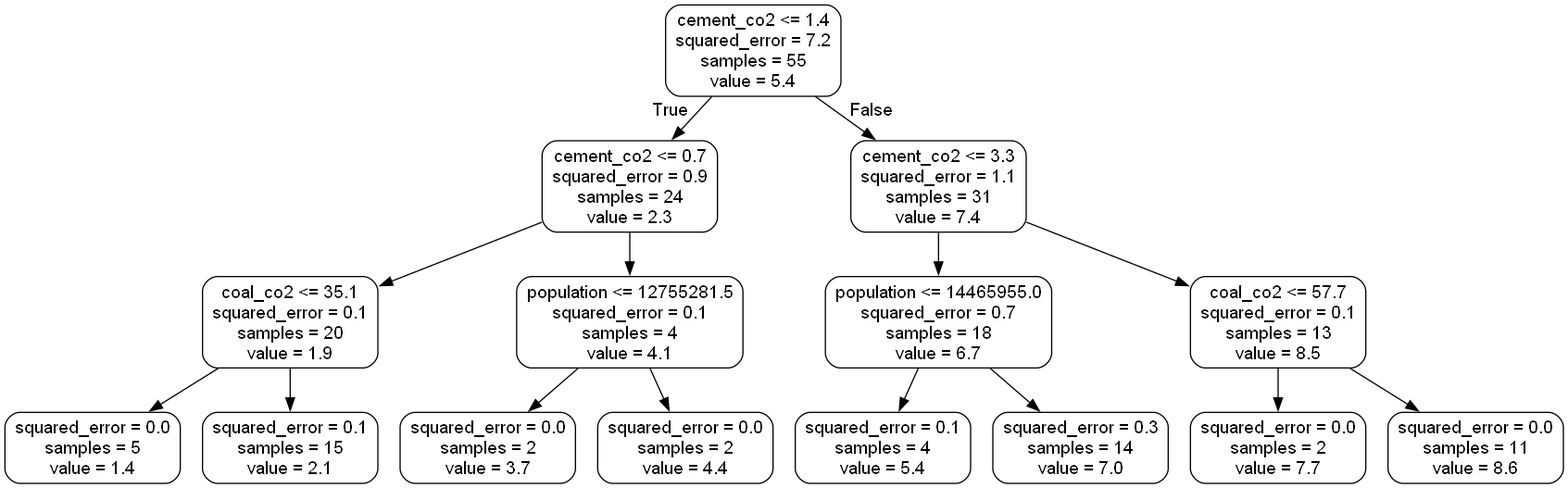
Above: small_tree.png in L-dos-Santos/final-project (Graphviz), before the change. Its source is kept beside it as small_tree.dot.
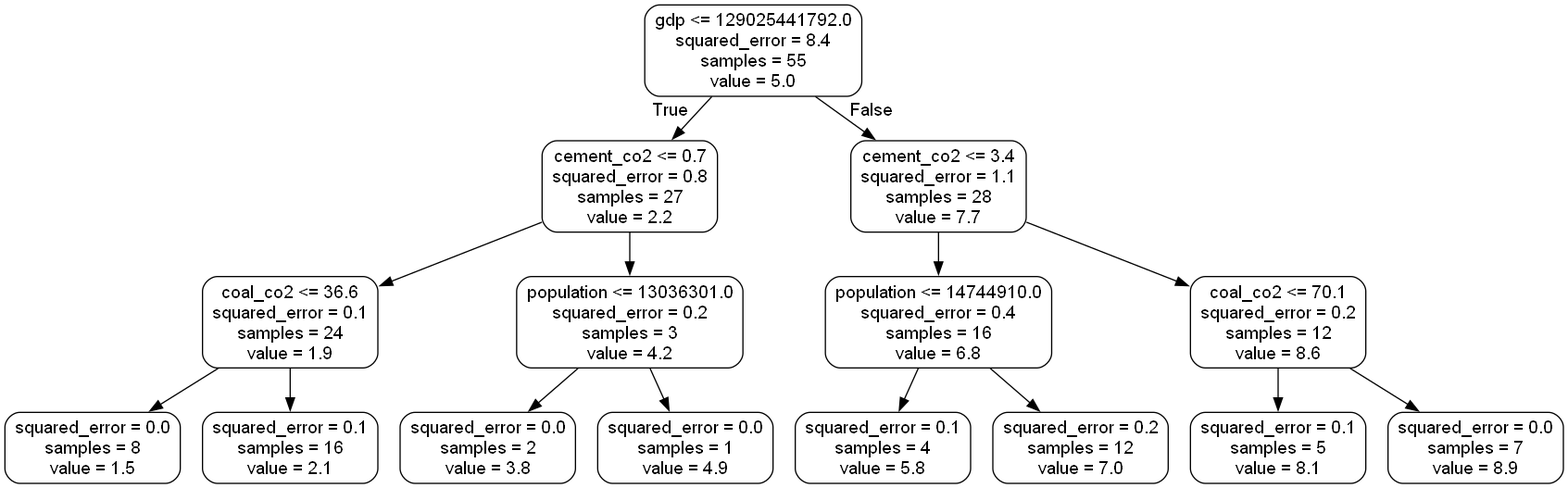
The same diagram one commit later.

The edit, as a diff of the source:
```diff
@@ -1,33 +1,33 @@
 digraph Tree {
 node [shape=box, style="rounded", color="black", fontname="helvetica"] ;
 edge [fontname="helvetica"] ;
-0 [label="cement_co2 <= 1.4\nsquared_error = 7.2\nsamples = 55\nvalue = 5.4"] ;
-1 [label="cement_co2 <= 0.7\nsquared_error = 0.9\nsamples = 24\nvalue = 2.3"] ;
+0 [label="gdp <= 129025441792.0\nsquared_error = 8.4\nsamples = 55\nvalue = 5.0"] ;
+1 [label="cement_co2 <= 0.7\nsquared_error = 0.8\nsamples = 27\nvalue = 2.2"] ;
 0 -> 1 [labeldistance=2.5, labelangle=45, headlabel="True"] ;
-2 [label="coal_co2 <= 35.1\nsquared_error = 0.1\nsamples = 20\nvalue = 1.9"] ;
+2 [label="coal_co2 <= 36.6\nsquared_error = 0.1\nsamples = 24\nvalue = 1.9"] ;
 1 -> 2 ;
-3 [label="squared_error = 0.0\nsamples = 5\nvalue = 1.4"] ;
+3 [label="squared_error = 0.0\nsamples = 8\nvalue = 1.5"] ;
 2 -> 3 ;
-4 [label="squared_error = 0.1\nsamples = 15\nvalue = 2.1"] ;
+4 [label="squared_error = 0.1\nsamples = 16\nvalue = 2.1"] ;
 2 -> 4 ;
-5 [label="population <= 12755281.5\nsquared_error = 0.1\nsamples = 4\nvalue = 4.1"] ;
+5 [label="population <= 13036301.0\nsquared_error = 0.2\nsamples = 3\nvalue = 4.2"] ;
 1 -> 5 ;
-6 [label="squared_error = 0.0\nsamples = 2\nvalue = 3.7"] ;
+6 [label="squared_error = 0.0\nsamples = 2\nvalue = 3.8"] ;
 5 -> 6 ;
-7 [label="squared_error = 0.0\nsamples = 2\nvalue = 4.4"] ;
+7 [label="squared_error = 0.0\nsamples = 1\nvalue = 4.9"] ;
 5 -> 7 ;
-8 [label="cement_co2 <= 3.3\nsquared_error = 1.1\nsamples = 31\nvalue = 7.4"] ;
+8 [label="cement_co2 <= 3.4\nsquared_error = 1.1\nsamples = 28\nvalue = 7.7"] ;
 0 -> 8 [labeldistance=2.5, labelangle=-45, headlabel="False"] ;
-9 [label="population <= 14465955.0\nsquared_error = 0.7\nsamples = 18\nvalue = 6.7"] ;
+9 [label="population <= 14744910.0\nsquared_error = 0.4\nsamples = 16\nvalue = 6.8"] ;
 8 -> 9 ;
-10 [label="squared_error = 0.1\nsamples = 4\nvalue = 5.4"] ;
+10 [label="squared_error = 0.1\nsamples = 4\nvalue = 5.8"] ;
 9 -> 10 ;
-11 [label="squared_error = 0.3\nsamples = 14\nvalue = 7.0"] ;
+11 [label="squared_error = 0.2\nsamples = 12\nvalue = 7.0"] ;
 9 -> 11 ;
-12 [label="coal_co2 <= 57.7\nsquared_error = 0.1\nsamples = 13\nvalue = 8.5"] ;
+12 [label="coal_co2 <= 70.1\nsquared_error = 0.2\nsamples = 12\nvalue = 8.6"] ;
 8 -> 12 ;
-13 [label="squared_error = 0.0\nsamples = 2\nvalue = 7.7"] ;
+13 [label="squared_error = 0.1\nsamples = 5\nvalue = 8.1"] ;
 12 -> 13 ;
-14 [label="squared_error = 0.0\nsamples = 11\nvalue = 8.6"] ;
+14 [label="squared_error = 0.0\nsamples = 7\nvalue = 8.9"] ;
 12 -> 14 ;
 }
```
